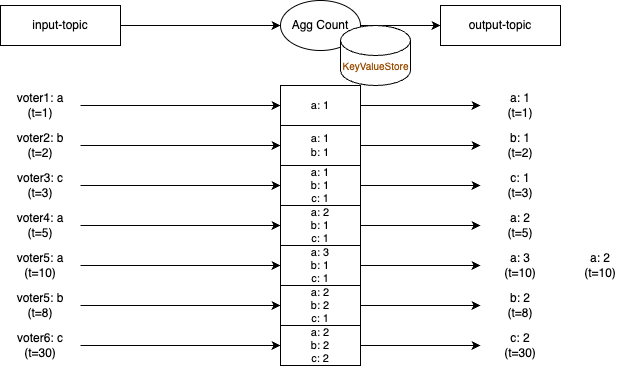
The draw.io diagram img/kafka/kafka-streams-state-store-type-2.drawio.png in windowforsun/blog, before a commit. Source tidied: cells renumbered, new cells last; positions are measured from the earlier drawing's top-left corner, leaving out a move shared by most shapes. Source of this version:
```xml
<mxGraphModel>
  <root>
    <mxCell id="0" />
    <mxCell id="1" parent="0" />
    <mxCell id="2" style="edgeStyle=orthogonalEdgeStyle;rounded=0;jettySize=auto;html=1;entryX=0;entryY=0.5;entryDx=0;entryDy=0;strokeColor=#000000;fontColor=#000000;" parent="1" edge="1" source="3" target="5">
      <mxGeometry relative="1" as="geometry" />
    </mxCell>
    <mxCell id="3" value="&lt;div&gt;&lt;font&gt;input-topic&lt;/font&gt;&lt;/div&gt;" style="rounded=0;whiteSpace=wrap;html=1;strokeColor=#000000;fontColor=#000000;" parent="1" vertex="1">
      <mxGeometry y="5" width="120" height="40" as="geometry" />
    </mxCell>
    <mxCell id="4" style="edgeStyle=orthogonalEdgeStyle;rounded=0;jettySize=auto;html=1;entryX=0;entryY=0.5;entryDx=0;entryDy=0;strokeColor=#000000;fontColor=#000000;" parent="1" edge="1" source="5" target="6">
      <mxGeometry relative="1" as="geometry" />
    </mxCell>
    <mxCell id="5" value="&lt;font&gt;Agg Count&lt;/font&gt;" style="ellipse;whiteSpace=wrap;html=1;strokeColor=#000000;fontColor=#000000;" parent="1" vertex="1">
      <mxGeometry x="280" width="80" height="50" as="geometry" />
    </mxCell>
    <mxCell id="6" value="&lt;font&gt;output-topic&lt;/font&gt;" style="rounded=0;whiteSpace=wrap;html=1;strokeColor=#000000;fontColor=#000000;" parent="1" vertex="1">
      <mxGeometry x="440" y="5" width="120" height="40" as="geometry" />
    </mxCell>
    <mxCell id="7" style="edgeStyle=orthogonalEdgeStyle;rounded=0;jettySize=auto;html=1;entryX=0;entryY=0.5;entryDx=0;entryDy=0;" parent="1" edge="1" source="8" target="23">
      <mxGeometry relative="1" as="geometry" />
    </mxCell>
    <mxCell id="8" value="voter1: a&lt;div&gt;(t=1)&lt;/div&gt;" style="text;html=1;align=center;verticalAlign=middle;whiteSpace=wrap;rounded=0;fontColor=#000000;" parent="1" vertex="1">
      <mxGeometry y="90" width="80" height="30" as="geometry" />
    </mxCell>
    <mxCell id="9" style="edgeStyle=orthogonalEdgeStyle;rounded=0;jettySize=auto;html=1;entryX=0;entryY=0.5;entryDx=0;entryDy=0;" parent="1" edge="1" source="10" target="25">
      <mxGeometry relative="1" as="geometry" />
    </mxCell>
    <mxCell id="10" value="voter2: b&lt;div&gt;(t=2)&lt;/div&gt;" style="text;html=1;align=center;verticalAlign=middle;whiteSpace=wrap;rounded=0;fontColor=#000000;" parent="1" vertex="1">
      <mxGeometry y="130" width="80" height="30" as="geometry" />
    </mxCell>
    <mxCell id="11" style="edgeStyle=orthogonalEdgeStyle;rounded=0;jettySize=auto;html=1;entryX=0;entryY=0.5;entryDx=0;entryDy=0;" parent="1" edge="1" source="12" target="27">
      <mxGeometry relative="1" as="geometry" />
    </mxCell>
    <mxCell id="12" value="voter3: c&lt;div&gt;(t=3)&lt;/div&gt;" style="text;html=1;align=center;verticalAlign=middle;whiteSpace=wrap;rounded=0;fontColor=#000000;" parent="1" vertex="1">
      <mxGeometry y="170" width="80" height="30" as="geometry" />
    </mxCell>
    <mxCell id="13" style="shape=cylinder3;whiteSpace=wrap;html=1;boundedLbl=1;backgroundOutline=1;size=15;strokeColor=#000000;fontColor=#000000;" parent="1" vertex="1">
      <mxGeometry x="340" y="25" width="70" height="60" as="geometry" />
    </mxCell>
    <mxCell id="14" style="edgeStyle=orthogonalEdgeStyle;rounded=0;jettySize=auto;html=1;entryX=0;entryY=0.5;entryDx=0;entryDy=0;" parent="1" edge="1" source="15" target="29">
      <mxGeometry relative="1" as="geometry" />
    </mxCell>
    <mxCell id="15" value="voter4: a&lt;div&gt;(t=5)&lt;/div&gt;" style="text;html=1;align=center;verticalAlign=middle;whiteSpace=wrap;rounded=0;fontColor=#000000;" parent="1" vertex="1">
      <mxGeometry y="210" width="80" height="30" as="geometry" />
    </mxCell>
    <mxCell id="16" style="edgeStyle=orthogonalEdgeStyle;rounded=0;jettySize=auto;html=1;entryX=0;entryY=0.5;entryDx=0;entryDy=0;" parent="1" edge="1" source="17" target="31">
      <mxGeometry relative="1" as="geometry" />
    </mxCell>
    <mxCell id="17" value="voter5: a&lt;div&gt;(t=10)&lt;/div&gt;" style="text;html=1;align=center;verticalAlign=middle;whiteSpace=wrap;rounded=0;fontColor=#000000;" parent="1" vertex="1">
      <mxGeometry y="250" width="80" height="30" as="geometry" />
    </mxCell>
    <mxCell id="18" style="edgeStyle=orthogonalEdgeStyle;rounded=0;jettySize=auto;html=1;entryX=0;entryY=0.5;entryDx=0;entryDy=0;" parent="1" edge="1" source="19" target="33">
      <mxGeometry relative="1" as="geometry" />
    </mxCell>
    <mxCell id="19" value="voter5: b&lt;div&gt;(t=8)&lt;/div&gt;" style="text;html=1;align=center;verticalAlign=middle;whiteSpace=wrap;rounded=0;fontColor=#000000;" parent="1" vertex="1">
      <mxGeometry y="290" width="80" height="30" as="geometry" />
    </mxCell>
    <mxCell id="20" style="edgeStyle=orthogonalEdgeStyle;rounded=0;jettySize=auto;html=1;entryX=0;entryY=0.5;entryDx=0;entryDy=0;" parent="1" edge="1" source="21" target="35">
      <mxGeometry relative="1" as="geometry" />
    </mxCell>
    <mxCell id="21" value="voter6: c&lt;div&gt;(t=30)&lt;/div&gt;" style="text;html=1;align=center;verticalAlign=middle;whiteSpace=wrap;rounded=0;fontColor=#000000;" parent="1" vertex="1">
      <mxGeometry y="330" width="80" height="30" as="geometry" />
    </mxCell>
    <mxCell id="22" style="edgeStyle=orthogonalEdgeStyle;rounded=0;jettySize=auto;html=1;entryX=0;entryY=0.5;entryDx=0;entryDy=0;" parent="1" edge="1" source="23" target="36">
      <mxGeometry relative="1" as="geometry" />
    </mxCell>
    <mxCell id="23" value="a: 1" style="text;html=1;align=center;verticalAlign=middle;whiteSpace=wrap;rounded=0;fontColor=#000000;strokeColor=default;fontSize=11;" parent="1" vertex="1">
      <mxGeometry x="280" y="85" width="80" height="40" as="geometry" />
    </mxCell>
    <mxCell id="24" style="edgeStyle=orthogonalEdgeStyle;rounded=0;jettySize=auto;html=1;entryX=0;entryY=0.5;entryDx=0;entryDy=0;" parent="1" edge="1" source="25" target="37">
      <mxGeometry relative="1" as="geometry" />
    </mxCell>
    <mxCell id="25" value="a: 1&lt;div style=&quot;font-size: 11px;&quot;&gt;b: 1&lt;/div&gt;" style="text;html=1;align=center;verticalAlign=middle;whiteSpace=wrap;rounded=0;fontColor=#000000;fillColor=none;strokeColor=default;fontSize=11;" parent="1" vertex="1">
      <mxGeometry x="280" y="125" width="80" height="40" as="geometry" />
    </mxCell>
    <mxCell id="26" style="edgeStyle=orthogonalEdgeStyle;rounded=0;jettySize=auto;html=1;entryX=0;entryY=0.5;entryDx=0;entryDy=0;" parent="1" edge="1" source="27" target="38">
      <mxGeometry relative="1" as="geometry" />
    </mxCell>
    <mxCell id="27" value="a: 1&lt;div style=&quot;font-size: 11px;&quot;&gt;b: 1&lt;/div&gt;&lt;div style=&quot;font-size: 11px;&quot;&gt;c: 1&lt;/div&gt;" style="text;html=1;align=center;verticalAlign=middle;whiteSpace=wrap;rounded=0;fontColor=#000000;strokeColor=default;fontSize=11;" parent="1" vertex="1">
      <mxGeometry x="280" y="165" width="80" height="40" as="geometry" />
    </mxCell>
    <mxCell id="28" style="edgeStyle=orthogonalEdgeStyle;rounded=0;jettySize=auto;html=1;entryX=0;entryY=0.5;entryDx=0;entryDy=0;" parent="1" edge="1" source="29" target="39">
      <mxGeometry relative="1" as="geometry" />
    </mxCell>
    <mxCell id="29" value="a: 2&lt;div style=&quot;font-size: 11px;&quot;&gt;b: 1&lt;/div&gt;&lt;div style=&quot;font-size: 11px;&quot;&gt;c: 1&lt;/div&gt;" style="text;html=1;align=center;verticalAlign=middle;whiteSpace=wrap;rounded=0;fontColor=#000000;strokeColor=default;fontSize=11;" parent="1" vertex="1">
      <mxGeometry x="280" y="205" width="80" height="40" as="geometry" />
    </mxCell>
    <mxCell id="30" style="edgeStyle=orthogonalEdgeStyle;rounded=0;jettySize=auto;html=1;entryX=0;entryY=0.5;entryDx=0;entryDy=0;" parent="1" edge="1" source="31" target="40">
      <mxGeometry relative="1" as="geometry" />
    </mxCell>
    <mxCell id="31" value="a: 3&lt;div style=&quot;font-size: 11px;&quot;&gt;b: 1&lt;/div&gt;&lt;div style=&quot;font-size: 11px;&quot;&gt;c: 1&lt;/div&gt;" style="text;html=1;align=center;verticalAlign=middle;whiteSpace=wrap;rounded=0;fontColor=#000000;strokeColor=default;fontSize=11;" parent="1" vertex="1">
      <mxGeometry x="280" y="245" width="80" height="40" as="geometry" />
    </mxCell>
    <mxCell id="32" style="edgeStyle=orthogonalEdgeStyle;rounded=0;jettySize=auto;html=1;" parent="1" edge="1" source="33" target="42">
      <mxGeometry relative="1" as="geometry" />
    </mxCell>
    <mxCell id="33" value="a: 2&lt;div style=&quot;font-size: 11px;&quot;&gt;b: 2&lt;/div&gt;&lt;div style=&quot;font-size: 11px;&quot;&gt;c: 1&lt;/div&gt;" style="text;html=1;align=center;verticalAlign=middle;whiteSpace=wrap;rounded=0;fontColor=#000000;strokeColor=default;fontSize=11;" parent="1" vertex="1">
      <mxGeometry x="280" y="285" width="80" height="40" as="geometry" />
    </mxCell>
    <mxCell id="34" style="edgeStyle=orthogonalEdgeStyle;rounded=0;jettySize=auto;html=1;entryX=0;entryY=0.5;entryDx=0;entryDy=0;" parent="1" edge="1" source="35" target="43">
      <mxGeometry relative="1" as="geometry" />
    </mxCell>
    <mxCell id="35" value="a: 2&lt;div style=&quot;font-size: 11px;&quot;&gt;b: 2&lt;/div&gt;&lt;div style=&quot;font-size: 11px;&quot;&gt;c: 2&lt;/div&gt;" style="text;html=1;align=center;verticalAlign=middle;whiteSpace=wrap;rounded=0;fontColor=#000000;strokeColor=default;fontSize=11;" parent="1" vertex="1">
      <mxGeometry x="280" y="325" width="80" height="40" as="geometry" />
    </mxCell>
    <mxCell id="36" value="a: 1&lt;div&gt;(t=1)&lt;/div&gt;" style="text;html=1;align=center;verticalAlign=middle;whiteSpace=wrap;rounded=0;fontColor=#000000;" parent="1" vertex="1">
      <mxGeometry x="480" y="90" width="80" height="30" as="geometry" />
    </mxCell>
    <mxCell id="37" value="b: 1&lt;div&gt;(t=2)&lt;/div&gt;" style="text;html=1;align=center;verticalAlign=middle;whiteSpace=wrap;rounded=0;fontColor=#000000;" parent="1" vertex="1">
      <mxGeometry x="480" y="130" width="80" height="30" as="geometry" />
    </mxCell>
    <mxCell id="38" value="c: 1&lt;div&gt;(t=3)&lt;/div&gt;" style="text;html=1;align=center;verticalAlign=middle;whiteSpace=wrap;rounded=0;fontColor=#000000;" parent="1" vertex="1">
      <mxGeometry x="480" y="170" width="80" height="30" as="geometry" />
    </mxCell>
    <mxCell id="39" value="a: 2&lt;div&gt;(t=5)&lt;/div&gt;" style="text;html=1;align=center;verticalAlign=middle;whiteSpace=wrap;rounded=0;fontColor=#000000;" parent="1" vertex="1">
      <mxGeometry x="480" y="210" width="80" height="30" as="geometry" />
    </mxCell>
    <mxCell id="40" value="a: 3&lt;div&gt;(t=10)&lt;/div&gt;" style="text;html=1;align=center;verticalAlign=middle;whiteSpace=wrap;rounded=0;fontColor=#000000;" parent="1" vertex="1">
      <mxGeometry x="480" y="250" width="80" height="30" as="geometry" />
    </mxCell>
    <mxCell id="41" value="a: 2&lt;div&gt;(t=10)&lt;/div&gt;" style="text;html=1;align=center;verticalAlign=middle;whiteSpace=wrap;rounded=0;fontColor=#000000;" parent="1" vertex="1">
      <mxGeometry x="560" y="250" width="80" height="30" as="geometry" />
    </mxCell>
    <mxCell id="42" value="b: 2&lt;div&gt;(t=8)&lt;/div&gt;" style="text;html=1;align=center;verticalAlign=middle;whiteSpace=wrap;rounded=0;fontColor=#000000;" parent="1" vertex="1">
      <mxGeometry x="480" y="290" width="80" height="30" as="geometry" />
    </mxCell>
    <mxCell id="43" value="c: 2&lt;div&gt;(t=30)&lt;/div&gt;" style="text;html=1;align=center;verticalAlign=middle;whiteSpace=wrap;rounded=0;fontColor=#000000;" parent="1" vertex="1">
      <mxGeometry x="480" y="330" width="80" height="30" as="geometry" />
    </mxCell>
    <mxCell id="44" value="KeyValueStore" style="text;html=1;align=center;verticalAlign=middle;whiteSpace=wrap;rounded=0;fontColor=#994C00;fontSize=10;" parent="1" vertex="1">
      <mxGeometry x="342.5" y="50" width="65" height="30" as="geometry" />
    </mxCell>
  </root>
</mxGraphModel>
```
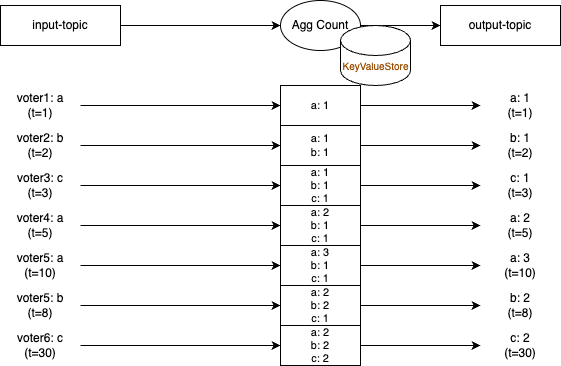
After the change.

Commit message:
kafka-streams-state-store-type-2.drawio.png이 추가되었습니다.

What changed in the source:
```diff
@@ -119,9 +119,6 @@
     <mxCell id="40" value="a: 3&lt;div&gt;(t=10)&lt;/div&gt;" style="text;html=1;align=center;verticalAlign=middle;whiteSpace=wrap;rounded=0;fontColor=#000000;" parent="1" vertex="1">
       <mxGeometry x="480" y="250" width="80" height="30" as="geometry" />
     </mxCell>
-    <mxCell id="41" value="a: 2&lt;div&gt;(t=10)&lt;/div&gt;" style="text;html=1;align=center;verticalAlign=middle;whiteSpace=wrap;rounded=0;fontColor=#000000;" parent="1" vertex="1">
-      <mxGeometry x="560" y="250" width="80" height="30" as="geometry" />
-    </mxCell>
     <mxCell id="42" value="b: 2&lt;div&gt;(t=8)&lt;/div&gt;" style="text;html=1;align=center;verticalAlign=middle;whiteSpace=wrap;rounded=0;fontColor=#000000;" parent="1" vertex="1">
       <mxGeometry x="480" y="290" width="80" height="30" as="geometry" />
     </mxCell>
```
